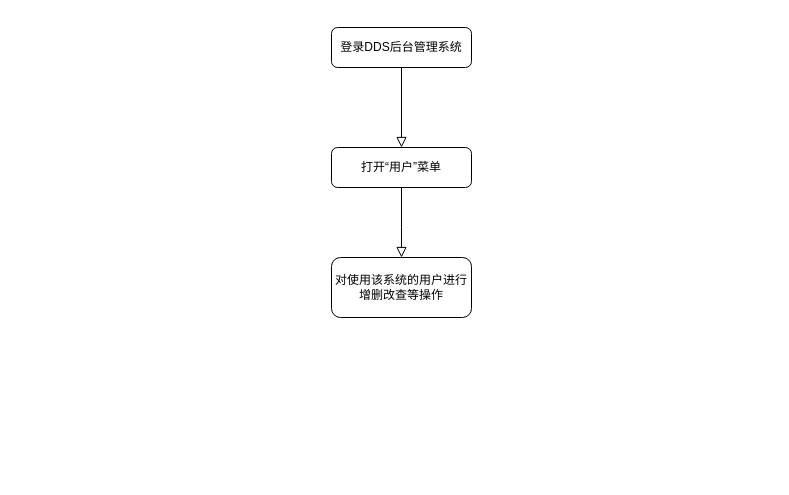
Above: 配置用户.drawio in AgonyCarl/frank.github.io (draw.io), before the change. Source tidied: cells renumbered, new cells numbered last; positions are measured from the earlier drawing's top-left corner, leaving out a move shared by most shapes. Both pictures are drawn from the tidied source at 100%, with x=0, y=0 at pixel (331, 27).
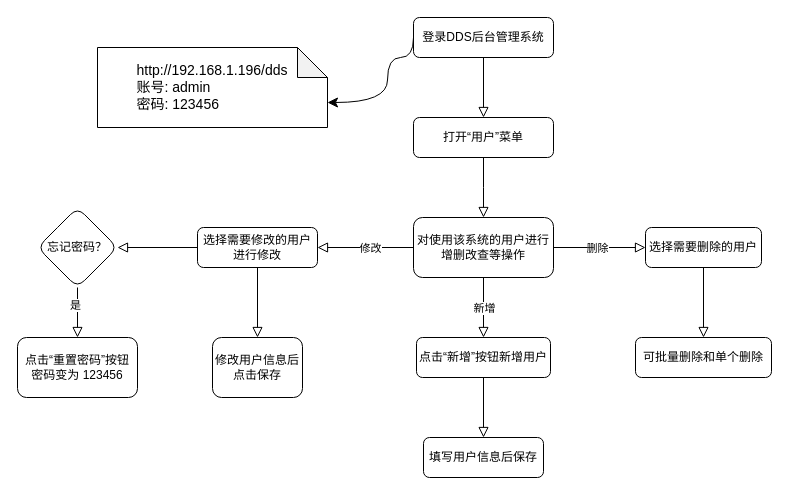
The same page after the edit.

Commit message:
更新配置用户.drawio

The edit, as a diff of the source:
```diff
@@
     <mxCell id="3" value="登录DDS后台管理系统" style="rounded=1;whiteSpace=wrap;html=1;fontSize=12;glass=0;strokeWidth=1;shadow=0;" parent="1" vertex="1">
-      <mxGeometry width="140" height="40" as="geometry" />
+      <mxGeometry x="82" y="-10" width="140" height="40" as="geometry" />
     </mxCell>
     <mxCell id="4" style="edgeStyle=orthogonalEdgeStyle;rounded=0;jettySize=auto;html=1;endArrow=block;endFill=0;shadow=0;strokeColor=default;strokeWidth=1;align=center;verticalAlign=middle;fontFamily=Helvetica;fontSize=11;fontColor=default;labelBackgroundColor=none;endSize=8;" parent="1" edge="1" source="5" target="6">
       <mxGeometry relative="1" as="geometry">
         <Array as="points">
-          <mxPoint x="70" y="200" />
-          <mxPoint x="70" y="200" />
+          <mxPoint x="152" y="160" />
+          <mxPoint x="152" y="160" />
         </Array>
       </mxGeometry>
     </mxCell>
     <mxCell id="5" value="打开“用户”菜单" style="rounded=1;whiteSpace=wrap;html=1;" parent="1" vertex="1">
-      <mxGeometry y="120" width="140" height="40" as="geometry" />
+      <mxGeometry x="82" y="90" width="140" height="40" as="geometry" />
     </mxCell>
+    <mxCell id="7" style="edgeStyle=orthogonalEdgeStyle;rounded=0;jettySize=auto;html=1;endSize=8;endArrow=block;endFill=0;" parent="1" edge="1" source="6" target="15">
+      <mxGeometry relative="1" as="geometry" />
+    </mxCell>
+    <mxCell id="8" value="修改" style="edgeLabel;html=1;align=center;verticalAlign=middle;fontFamily=Helvetica;fontSize=11;fontColor=default;labelBackgroundColor=default;" parent="7" vertex="1">
+      <mxGeometry x="-0.08" y="1" relative="1" as="geometry">
+        <mxPoint y="-1" as="offset" />
+      </mxGeometry>
+    </mxCell>
+    <mxCell id="9" style="edgeStyle=orthogonalEdgeStyle;shape=connector;rounded=0;jettySize=auto;html=1;strokeColor=default;align=center;verticalAlign=middle;fontFamily=Helvetica;fontSize=11;fontColor=default;labelBackgroundColor=default;endArrow=block;endFill=0;endSize=8;" parent="1" edge="1" source="6" target="17">
+      <mxGeometry relative="1" as="geometry" />
+    </mxCell>
+    <mxCell id="10" value="删除" style="edgeLabel;html=1;align=center;verticalAlign=middle;fontFamily=Helvetica;fontSize=11;fontColor=default;labelBackgroundColor=default;" parent="9" vertex="1">
+      <mxGeometry x="-0.07" y="3" relative="1" as="geometry">
+        <mxPoint y="3" as="offset" />
+      </mxGeometry>
+    </mxCell>
+    <mxCell id="11" style="edgeStyle=orthogonalEdgeStyle;shape=connector;rounded=0;jettySize=auto;html=1;strokeColor=default;align=center;verticalAlign=middle;fontFamily=Helvetica;fontSize=11;fontColor=default;labelBackgroundColor=default;endArrow=block;endFill=0;endSize=8;" parent="1" edge="1" source="6" target="19">
+      <mxGeometry relative="1" as="geometry" />
+    </mxCell>
+    <mxCell id="12" value="新增" style="edgeLabel;html=1;align=center;verticalAlign=middle;fontFamily=Helvetica;fontSize=11;fontColor=default;labelBackgroundColor=default;" parent="11" vertex="1">
+      <mxGeometry x="-0.18" y="4" relative="1" as="geometry">
+        <mxPoint x="-4" y="5" as="offset" />
+      </mxGeometry>
+    </mxCell>
     <mxCell id="6" value="对使用该系统的用户进行增删改查等操作" style="whiteSpace=wrap;html=1;rounded=1;" parent="1" vertex="1">
-      <mxGeometry y="230" width="140" height="60" as="geometry" />
+      <mxGeometry x="82" y="190" width="140" height="60" as="geometry" />
     </mxCell>
+    <mxCell id="13" style="edgeStyle=orthogonalEdgeStyle;shape=connector;rounded=0;jettySize=auto;html=1;strokeColor=default;align=center;verticalAlign=middle;fontFamily=Helvetica;fontSize=11;fontColor=default;labelBackgroundColor=default;endArrow=block;endFill=0;endSize=8;" parent="1" edge="1" source="15" target="22">
+      <mxGeometry relative="1" as="geometry" />
+    </mxCell>
+    <mxCell id="14" style="edgeStyle=orthogonalEdgeStyle;shape=connector;rounded=0;jettySize=auto;html=1;strokeColor=default;align=center;verticalAlign=middle;fontFamily=Helvetica;fontSize=11;fontColor=default;labelBackgroundColor=default;endArrow=block;endFill=0;endSize=8;" parent="1" edge="1" source="15" target="26">
+      <mxGeometry relative="1" as="geometry" />
+    </mxCell>
+    <mxCell id="15" value="选择需要修改的用户进行修改" style="whiteSpace=wrap;html=1;rounded=1;" parent="1" vertex="1">
+      <mxGeometry x="-134" y="200" width="120" height="40" as="geometry" />
+    </mxCell>
+    <mxCell id="16" style="edgeStyle=orthogonalEdgeStyle;shape=connector;rounded=0;jettySize=auto;html=1;strokeColor=default;align=center;verticalAlign=middle;fontFamily=Helvetica;fontSize=11;fontColor=default;labelBackgroundColor=default;endArrow=block;endFill=0;endSize=8;" parent="1" edge="1" source="17" target="20">
+      <mxGeometry relative="1" as="geometry" />
+    </mxCell>
+    <mxCell id="17" value="选择需要删除的用户" style="whiteSpace=wrap;html=1;rounded=1;" parent="1" vertex="1">
+      <mxGeometry x="314" y="200" width="116" height="40" as="geometry" />
+    </mxCell>
+    <mxCell id="18" style="edgeStyle=orthogonalEdgeStyle;shape=connector;rounded=0;jettySize=auto;html=1;strokeColor=default;align=center;verticalAlign=middle;fontFamily=Helvetica;fontSize=11;fontColor=default;labelBackgroundColor=default;endArrow=block;endFill=0;endSize=8;" parent="1" edge="1" source="19" target="23">
+      <mxGeometry relative="1" as="geometry" />
+    </mxCell>
+    <mxCell id="19" value="点击“新增”按钮新增用户" style="whiteSpace=wrap;html=1;rounded=1;" parent="1" vertex="1">
+      <mxGeometry x="85" y="310" width="134" height="40" as="geometry" />
+    </mxCell>
+    <mxCell id="20" value="可批量删除和单个删除" style="whiteSpace=wrap;html=1;rounded=1;" parent="1" vertex="1">
+      <mxGeometry x="304" y="310" width="136" height="40" as="geometry" />
+    </mxCell>
+    <mxCell id="21" style="edgeStyle=orthogonalEdgeStyle;shape=connector;rounded=0;orthogonalLoop=1;jettySize=auto;html=1;exitX=0.5;exitY=1;exitDx=0;exitDy=0;strokeColor=default;align=center;verticalAlign=middle;fontFamily=Helvetica;fontSize=11;fontColor=default;labelBackgroundColor=default;endArrow=block;endFill=0;endSize=8;" parent="1" edge="1" source="15" target="15">
+      <mxGeometry relative="1" as="geometry" />
+    </mxCell>
+    <mxCell id="22" value="修改用户信息后点击保存" style="whiteSpace=wrap;html=1;rounded=1;" parent="1" vertex="1">
+      <mxGeometry x="-119" y="310" width="90" height="60" as="geometry" />
+    </mxCell>
+    <mxCell id="23" value="填写用户信息后保存" style="whiteSpace=wrap;html=1;rounded=1;" parent="1" vertex="1">
+      <mxGeometry x="92" y="410" width="120" height="40" as="geometry" />
+    </mxCell>
+    <mxCell id="24" style="edgeStyle=orthogonalEdgeStyle;shape=connector;rounded=0;jettySize=auto;html=1;strokeColor=default;align=center;verticalAlign=middle;fontFamily=Helvetica;fontSize=11;fontColor=default;labelBackgroundColor=default;endArrow=block;endFill=0;endSize=8;" parent="1" edge="1" source="26" target="27">
+      <mxGeometry relative="1" as="geometry" />
+    </mxCell>
+    <mxCell id="25" value="是" style="edgeLabel;html=1;align=center;verticalAlign=middle;fontFamily=Helvetica;fontSize=11;fontColor=default;labelBackgroundColor=default;" parent="24" vertex="1">
+      <mxGeometry x="-0.32" y="-3" relative="1" as="geometry" />
+    </mxCell>
+    <mxCell id="26" value="忘记密码？" style="rhombus;whiteSpace=wrap;html=1;rounded=1;" parent="1" vertex="1">
+      <mxGeometry x="-294" y="180" width="80" height="80" as="geometry" />
+    </mxCell>
+    <mxCell id="27" value="点击“重置密码”按钮&lt;div&gt;密码变为 123456&lt;/div&gt;" style="whiteSpace=wrap;html=1;rounded=1;" parent="1" vertex="1">
+      <mxGeometry x="-314" y="310" width="120" height="60" as="geometry" />
+    </mxCell>
+    <mxCell id="28" value="&lt;div style=&quot;text-align: justify; font-size: 14px;&quot;&gt;&lt;font style=&quot;font-size: 14px;&quot;&gt;http://192.168.1.196/dds&lt;/font&gt;&lt;/div&gt;&lt;div style=&quot;text-align: justify; font-size: 14px;&quot;&gt;&lt;font style=&quot;font-size: 14px;&quot;&gt;账号: admin&lt;/font&gt;&lt;/div&gt;&lt;div style=&quot;text-align: justify; font-size: 14px;&quot;&gt;&lt;font style=&quot;font-size: 14px;&quot;&gt;密码: 123456&lt;/font&gt;&lt;/div&gt;" style="shape=note;whiteSpace=wrap;html=1;backgroundOutline=1;darkOpacity=0.05;fontFamily=Helvetica;fontSize=11;fontColor=default;labelBackgroundColor=default;" parent="1" vertex="1">
+      <mxGeometry x="-234" y="20" width="230" height="80" as="geometry" />
+    </mxCell>
+    <mxCell id="29" style="curved=1;endArrow=classic;html=1;rounded=0;strokeColor=default;align=center;verticalAlign=middle;fontFamily=Helvetica;fontSize=11;fontColor=default;labelBackgroundColor=default;edgeStyle=orthogonalEdgeStyle;endSize=8;exitX=0;exitY=0.5;exitDx=0;exitDy=0;entryX=0;entryY=0;entryDx=230;entryDy=55;entryPerimeter=0;" parent="1" edge="1" source="3" target="28">
+      <mxGeometry relative="1" as="geometry">
+        <Array as="points">
+          <mxPoint x="82" y="30" />
+          <mxPoint x="56" y="30" />
+          <mxPoint x="56" y="75" />
+        </Array>
+      </mxGeometry>
+    </mxCell>
```
